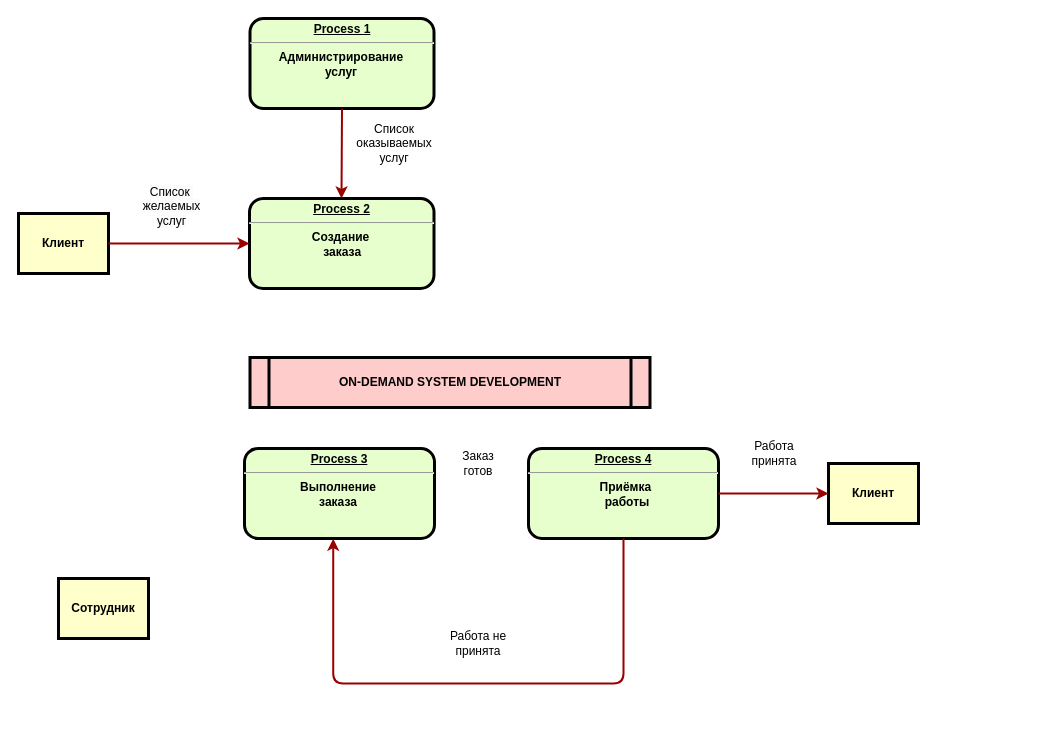
Earlier version of the draw.io diagram DFD.drawio (Mejioy/PPO). Source tidied: cells renumbered, new cells numbered last; positions are measured from the earlier drawing's top-left corner, leaving out a move shared by most shapes. Both pictures are drawn from the tidied source at 100%, with x=0, y=0 at pixel (18, 18).
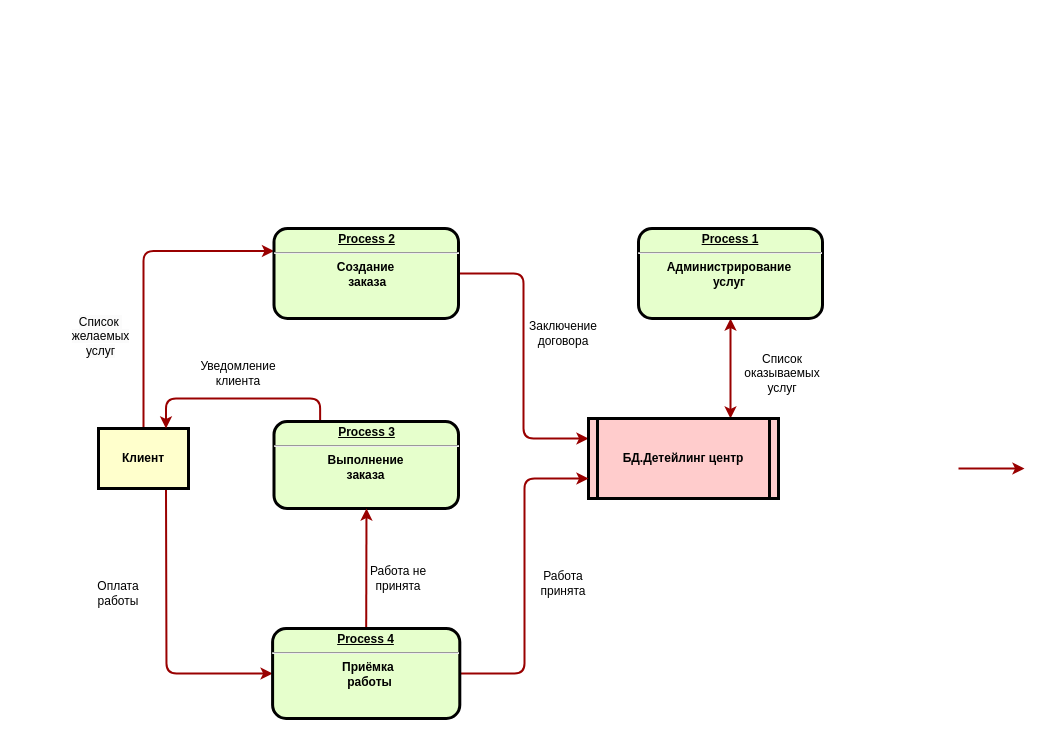
The same diagram, later.

Change to the diagram source:
```diff
@@
+    <mxCell id="9" style="edgeStyle=elbowEdgeStyle;rounded=1;jettySize=auto;html=1;exitX=0.5;exitY=0;exitDx=0;exitDy=0;entryX=0;entryY=0.25;entryDx=0;entryDy=0;strokeWidth=2;strokeColor=#990000;" parent="1" edge="1" source="2" target="5">
+      <mxGeometry relative="1" as="geometry">
+        <Array as="points">
+          <mxPoint x="125" y="320" />
+        </Array>
+      </mxGeometry>
+    </mxCell>
+    <mxCell id="19" style="edgeStyle=elbowEdgeStyle;rounded=1;jettySize=auto;html=1;exitX=0.75;exitY=1;exitDx=0;exitDy=0;entryX=0;entryY=0.5;entryDx=0;entryDy=0;strokeWidth=2;strokeColor=#990000;" parent="1" edge="1" source="2" target="4">
+      <mxGeometry relative="1" as="geometry">
+        <Array as="points">
+          <mxPoint x="148" y="560" />
+        </Array>
+      </mxGeometry>
+    </mxCell>
     <mxCell id="2" value="Клиент" style="whiteSpace=wrap;align=center;verticalAlign=middle;fontStyle=1;strokeWidth=3;fillColor=#FFFFCC;" parent="1" vertex="1">
-      <mxGeometry y="195" width="90" height="60" as="geometry" />
+      <mxGeometry x="80" y="410" width="90" height="60" as="geometry" />
     </mxCell>
+    <mxCell id="20" style="edgeStyle=elbowEdgeStyle;rounded=1;jettySize=auto;html=1;exitX=0.5;exitY=1;exitDx=0;exitDy=0;entryX=0.75;entryY=0;entryDx=0;entryDy=0;strokeWidth=2;startArrow=classic;startFill=1;strokeColor=#990000;" parent="1" edge="1" source="3" target="8">
+      <mxGeometry relative="1" as="geometry" />
+    </mxCell>
     <mxCell id="3" value="&lt;p style=&quot;margin: 0px; margin-top: 4px; text-align: center; text-decoration: underline;&quot;&gt;&lt;strong&gt;Process 1&lt;br&gt;&lt;/strong&gt;&lt;/p&gt;&lt;hr&gt;&lt;p style=&quot;margin: 0px; margin-left: 8px;&quot;&gt;Администрирование&amp;nbsp; &amp;nbsp;&lt;/p&gt;&lt;p style=&quot;margin: 0px; margin-left: 8px;&quot;&gt;у&lt;span style=&quot;background-color: initial;&quot;&gt;слуг&amp;nbsp; &amp;nbsp;&lt;/span&gt;&lt;/p&gt;" style="verticalAlign=middle;align=center;overflow=fill;fontSize=12;fontFamily=Helvetica;html=1;rounded=1;fontStyle=1;strokeWidth=3;fillColor=#E6FFCC;" parent="1" vertex="1">
-      <mxGeometry x="231.5" width="184" height="90" as="geometry" />
+      <mxGeometry x="620" y="210" width="184" height="90" as="geometry" />
     </mxCell>
-    <mxCell id="4" value="&lt;p style=&quot;margin: 0px; margin-top: 4px; text-align: center; text-decoration: underline;&quot;&gt;&lt;strong&gt;Process 4&lt;br&gt;&lt;/strong&gt;&lt;/p&gt;&lt;hr&gt;&lt;p style=&quot;margin: 0px; margin-left: 8px;&quot;&gt;Приёмка&amp;nbsp;&lt;/p&gt;&lt;p style=&quot;margin: 0px; margin-left: 8px;&quot;&gt;работы&lt;/p&gt;" style="verticalAlign=middle;align=center;overflow=fill;fontSize=12;fontFamily=Helvetica;html=1;rounded=1;fontStyle=1;strokeWidth=3;fillColor=#E6FFCC;" parent="1" vertex="1">
-      <mxGeometry x="510" y="430" width="190" height="90" as="geometry" />
-    </mxCell>
+    <mxCell id="21" style="edgeStyle=elbowEdgeStyle;rounded=1;jettySize=auto;html=1;exitX=1;exitY=0.5;exitDx=0;exitDy=0;entryX=0;entryY=0.25;entryDx=0;entryDy=0;strokeWidth=2;strokeColor=#990000;" parent="1" edge="1" source="5" target="8">
+      <mxGeometry relative="1" as="geometry" />
+    </mxCell>
     <mxCell id="5" value="&lt;p style=&quot;margin: 0px; margin-top: 4px; text-align: center; text-decoration: underline;&quot;&gt;&lt;strong&gt;Process 2&lt;br&gt;&lt;/strong&gt;&lt;/p&gt;&lt;hr&gt;&lt;p style=&quot;margin: 0px; margin-left: 8px;&quot;&gt;Создание&amp;nbsp; &amp;nbsp;&lt;/p&gt;&lt;p style=&quot;margin: 0px; margin-left: 8px;&quot;&gt;заказа&amp;nbsp;&amp;nbsp;&lt;/p&gt;" style="verticalAlign=middle;align=center;overflow=fill;fontSize=12;fontFamily=Helvetica;html=1;rounded=1;fontStyle=1;strokeWidth=3;fillColor=#E6FFCC;" parent="1" vertex="1">
-      <mxGeometry x="231" y="180" width="184.5" height="90" as="geometry" />
+      <mxGeometry x="255.5" y="210" width="184.5" height="90" as="geometry" />
     </mxCell>
+    <mxCell id="22" style="edgeStyle=elbowEdgeStyle;rounded=1;jettySize=auto;html=1;exitX=0.25;exitY=0;exitDx=0;exitDy=0;entryX=0.75;entryY=0;entryDx=0;entryDy=0;strokeWidth=2;strokeColor=#990000;" parent="1" edge="1" source="6" target="2">
+      <mxGeometry relative="1" as="geometry">
+        <Array as="points">
+          <mxPoint x="220" y="380" />
+        </Array>
+      </mxGeometry>
+    </mxCell>
     <mxCell id="6" value="&lt;p style=&quot;margin: 0px; margin-top: 4px; text-align: center; text-decoration: underline;&quot;&gt;&lt;strong&gt;Process 3&lt;br&gt;&lt;/strong&gt;&lt;/p&gt;&lt;hr&gt;&lt;p style=&quot;margin: 0px; margin-left: 8px;&quot;&gt;Выполнение&amp;nbsp; &amp;nbsp;&lt;/p&gt;&lt;p style=&quot;margin: 0px; margin-left: 8px;&quot;&gt;&lt;span style=&quot;background-color: initial;&quot;&gt;заказа&amp;nbsp; &amp;nbsp;&lt;/span&gt;&lt;/p&gt;" style="verticalAlign=middle;align=center;overflow=fill;fontSize=12;fontFamily=Helvetica;html=1;rounded=1;fontStyle=1;strokeWidth=3;fillColor=#E6FFCC;" parent="1" vertex="1">
-      <mxGeometry x="226" y="430" width="190" height="90" as="geometry" />
+      <mxGeometry x="255.5" y="403" width="184.5" height="87" as="geometry" />
     </mxCell>
-    <mxCell id="7" value="Сотрудник" style="whiteSpace=wrap;align=center;verticalAlign=middle;fontStyle=1;strokeWidth=3;fillColor=#FFFFCC;" parent="1" vertex="1">
-      <mxGeometry x="40" y="560" width="90" height="60" as="geometry" />
-    </mxCell>
-    <mxCell id="8" value="ON-DEMAND SYSTEM DEVELOPMENT" style="shape=process;whiteSpace=wrap;align=center;verticalAlign=middle;size=0.0475;fontStyle=1;strokeWidth=3;fillColor=#FFCCCC;" parent="1" vertex="1">
-      <mxGeometry x="231.5" y="339" width="400" height="50" as="geometry" />
+    <mxCell id="8" value="БД.Детейлинг центр" style="shape=process;whiteSpace=wrap;align=center;verticalAlign=middle;size=0.0475;fontStyle=1;strokeWidth=3;fillColor=#FFCCCC;" parent="1" vertex="1">
+      <mxGeometry x="570" y="400" width="190" height="80" as="geometry" />
     </mxCell>
-    <mxCell id="9" style="edgeStyle=elbowEdgeStyle;elbow=horizontal;strokeColor=#990000;strokeWidth=2;exitX=1;exitY=0.5;exitDx=0;exitDy=0;entryX=0;entryY=0.5;entryDx=0;entryDy=0;" parent="1" edge="1" source="2" target="5">
-      <mxGeometry relative="1" as="geometry">
-        <Array as="points">
-          <mxPoint x="120" y="220" />
-        </Array>
-      </mxGeometry>
-    </mxCell>
     <mxCell id="10" value="&lt;span style=&quot;color: rgb(0, 0, 0); font-family: Helvetica; font-size: 12px; font-style: normal; font-variant-ligatures: normal; font-variant-caps: normal; font-weight: 400; letter-spacing: normal; orphans: 2; text-indent: 0px; text-transform: none; widows: 2; word-spacing: 0px; -webkit-text-stroke-width: 0px; background-color: rgb(251, 251, 251); text-decoration-thickness: initial; text-decoration-style: initial; text-decoration-color: initial; float: none; display: inline !important;&quot;&gt;Список&amp;nbsp;&lt;br&gt;&lt;/span&gt;&lt;span style=&quot;color: rgb(0, 0, 0); font-family: Helvetica; font-size: 12px; font-style: normal; font-variant-ligatures: normal; font-variant-caps: normal; font-weight: 400; letter-spacing: normal; orphans: 2; text-indent: 0px; text-transform: none; widows: 2; word-spacing: 0px; -webkit-text-stroke-width: 0px; background-color: rgb(251, 251, 251); text-decoration-thickness: initial; text-decoration-style: initial; text-decoration-color: initial; float: none; display: inline !important;&quot;&gt;желаемых &lt;br&gt;услуг&lt;/span&gt;" style="text;whiteSpace=wrap;html=1;align=center;" parent="1" vertex="1">
-      <mxGeometry x="121" y="160" width="65" height="50" as="geometry" />
+      <mxGeometry x="50" y="290" width="65" height="50" as="geometry" />
     </mxCell>
-    <mxCell id="11" style="edgeStyle=elbowEdgeStyle;elbow=horizontal;strokeColor=#990000;strokeWidth=2;exitX=0.5;exitY=1;exitDx=0;exitDy=0;entryX=0.5;entryY=0;entryDx=0;entryDy=0;" parent="1" edge="1" source="3" target="5">
-      <mxGeometry relative="1" as="geometry">
-        <Array as="points">
-          <mxPoint x="323" y="150" />
-        </Array>
-      </mxGeometry>
-    </mxCell>
     <mxCell id="12" value="Список оказываемых услуг" style="text;html=1;strokeColor=none;fillColor=none;align=center;verticalAlign=middle;whiteSpace=wrap;rounded=0;" parent="1" vertex="1">
-      <mxGeometry x="335.5" y="100" width="80" height="50" as="geometry" />
+      <mxGeometry x="724" y="330" width="80" height="50" as="geometry" />
     </mxCell>
-    <mxCell id="13" value="Заказ готов" style="text;html=1;strokeColor=none;fillColor=none;align=center;verticalAlign=middle;whiteSpace=wrap;rounded=0;" parent="1" vertex="1">
-      <mxGeometry x="430" y="430" width="60" height="30" as="geometry" />
+    <mxCell id="13" value="Уведомление клиента" style="text;html=1;strokeColor=none;fillColor=none;align=center;verticalAlign=middle;whiteSpace=wrap;rounded=0;" parent="1" vertex="1">
+      <mxGeometry x="190" y="340" width="60" height="30" as="geometry" />
     </mxCell>
-    <mxCell id="14" value="Клиент" style="whiteSpace=wrap;align=center;verticalAlign=middle;fontStyle=1;strokeWidth=3;fillColor=#FFFFCC;" parent="1" vertex="1">
-      <mxGeometry x="810" y="445" width="90" height="60" as="geometry" />
-    </mxCell>
-    <mxCell id="15" style="edgeStyle=elbowEdgeStyle;elbow=horizontal;strokeColor=#990000;strokeWidth=2;entryX=0;entryY=0.5;entryDx=0;entryDy=0;exitX=1;exitY=0.5;exitDx=0;exitDy=0;" parent="1" edge="1" source="4" target="14">
-      <mxGeometry relative="1" as="geometry">
-        <Array as="points">
-          <mxPoint x="750" y="470" />
-        </Array>
-      </mxGeometry>
-    </mxCell>
     <mxCell id="16" value="Работа принята" style="text;html=1;strokeColor=none;fillColor=none;align=center;verticalAlign=middle;whiteSpace=wrap;rounded=0;" parent="1" vertex="1">
-      <mxGeometry x="726" y="410" width="60" height="50" as="geometry" />
+      <mxGeometry x="515" y="540" width="60" height="50" as="geometry" />
     </mxCell>
+    <mxCell id="18" value="Работа не принята" style="text;html=1;strokeColor=none;fillColor=none;align=center;verticalAlign=middle;whiteSpace=wrap;rounded=0;" parent="1" vertex="1">
+      <mxGeometry x="350" y="540" width="60" height="40" as="geometry" />
+    </mxCell>
+    <mxCell id="23" style="edgeStyle=elbowEdgeStyle;rounded=1;jettySize=auto;html=1;exitX=1;exitY=0.5;exitDx=0;exitDy=0;entryX=0;entryY=0.75;entryDx=0;entryDy=0;strokeWidth=2;strokeColor=#990000;" parent="1" edge="1" source="4" target="8">
+      <mxGeometry relative="1" as="geometry" />
+    </mxCell>
-    <mxCell id="17" style="edgeStyle=elbowEdgeStyle;elbow=horizontal;strokeColor=#990000;strokeWidth=2;exitX=0.5;exitY=1;exitDx=0;exitDy=0;entryX=0.467;entryY=1.002;entryDx=0;entryDy=0;entryPerimeter=0;" parent="1" edge="1" source="4" target="6">
-      <mxGeometry relative="1" as="geometry">
-        <Array as="points">
-          <mxPoint x="379" y="665" />
-        </Array>
-      </mxGeometry>
+    <mxCell id="17" style="edgeStyle=elbowEdgeStyle;rounded=1;jettySize=auto;html=1;exitX=0.5;exitY=0;exitDx=0;exitDy=0;entryX=0.5;entryY=1;entryDx=0;entryDy=0;strokeWidth=2;strokeColor=#990000;" parent="1" edge="1" source="4" target="6">
+      <mxGeometry relative="1" as="geometry" />
     </mxCell>
-    <mxCell id="18" value="Работа не принята" style="text;html=1;strokeColor=none;fillColor=none;align=center;verticalAlign=middle;whiteSpace=wrap;rounded=0;" parent="1" vertex="1">
-      <mxGeometry x="430" y="600" width="60" height="50" as="geometry" />
-    </mxCell>
+    <mxCell id="4" value="&lt;p style=&quot;margin: 0px; margin-top: 4px; text-align: center; text-decoration: underline;&quot;&gt;&lt;strong&gt;Process 4&lt;br&gt;&lt;/strong&gt;&lt;/p&gt;&lt;hr&gt;&lt;p style=&quot;margin: 0px; margin-left: 8px;&quot;&gt;Приёмка&amp;nbsp;&lt;/p&gt;&lt;p style=&quot;margin: 0px; margin-left: 8px;&quot;&gt;работы&lt;/p&gt;" style="verticalAlign=middle;align=center;overflow=fill;fontSize=12;fontFamily=Helvetica;html=1;rounded=1;fontStyle=1;strokeWidth=3;fillColor=#E6FFCC;" parent="1" vertex="1">
+      <mxGeometry x="254.1" y="610" width="187.2" height="90" as="geometry" />
+    </mxCell>
+    <mxCell id="24" style="edgeStyle=elbowEdgeStyle;elbow=horizontal;strokeColor=#990000;strokeWidth=2;entryX=0;entryY=0.5;entryDx=0;entryDy=0;" parent="1" edge="1">
+      <mxGeometry relative="1" as="geometry">
+        <mxPoint x="940" y="450" as="sourcePoint" />
+        <mxPoint x="1006" y="450" as="targetPoint" />
+        <Array as="points">
+          <mxPoint x="970" y="445" />
+        </Array>
+      </mxGeometry>
+    </mxCell>
+    <mxCell id="25" value="Заключение&lt;br&gt;договора" style="text;html=1;strokeColor=none;fillColor=none;align=center;verticalAlign=middle;whiteSpace=wrap;rounded=0;" parent="1" vertex="1">
+      <mxGeometry x="510" y="300" width="70" height="30" as="geometry" />
+    </mxCell>
+    <mxCell id="26" value="Оплата&lt;br&gt;работы" style="text;html=1;strokeColor=none;fillColor=none;align=center;verticalAlign=middle;whiteSpace=wrap;rounded=0;" parent="1" vertex="1">
+      <mxGeometry x="70" y="550" width="60" height="50" as="geometry" />
+    </mxCell>
```
